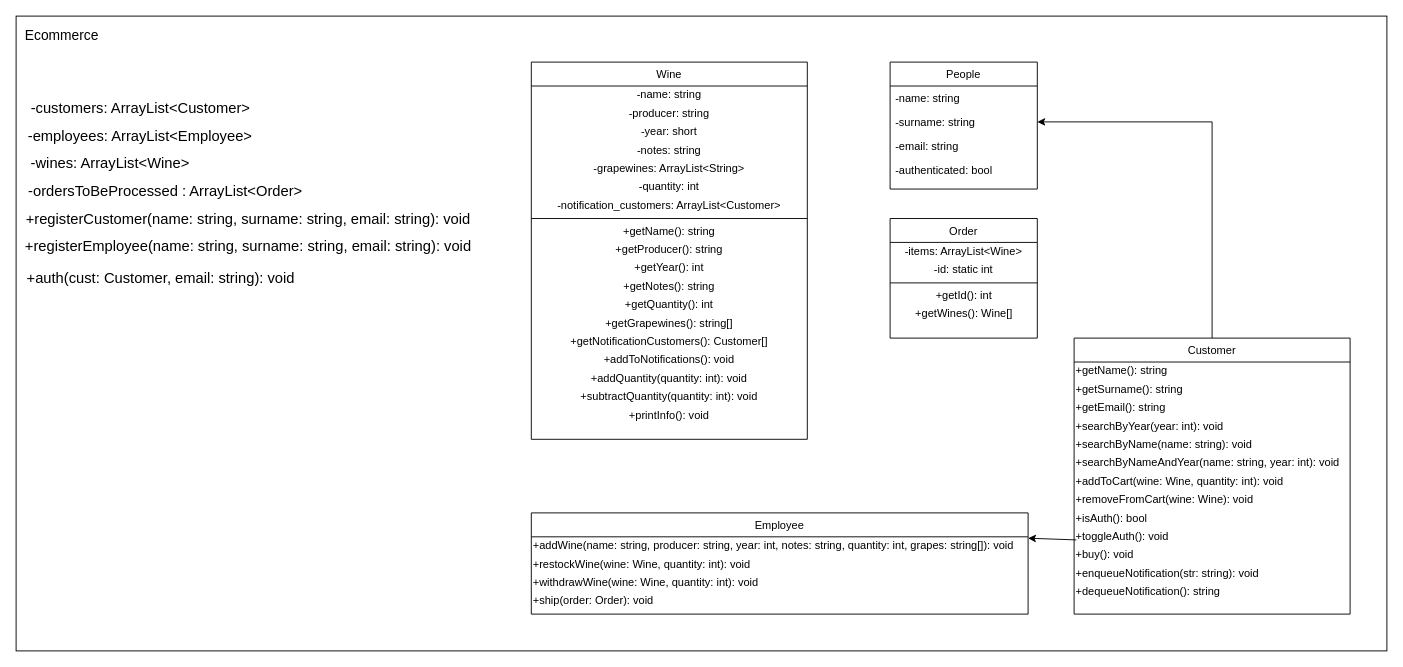
Above: UML/Class_diagram.drawio in Sclafus/Wine-Ecommerce (draw.io), before the change. Source tidied: cells renumbered, new cells numbered last; positions are measured from the earlier drawing's top-left corner, leaving out a move shared by most shapes. Both pictures are drawn from the tidied source at 92%, with x=0, y=0 at pixel (16, 16).
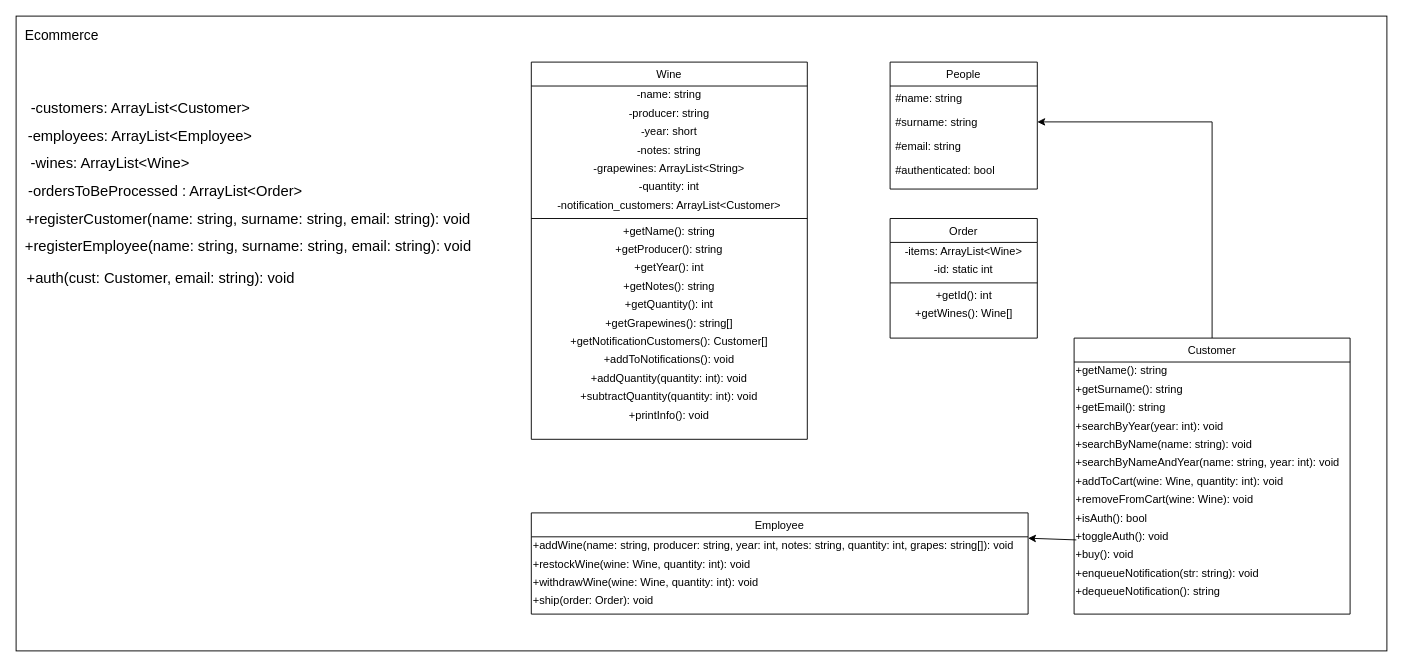
Above is the later version.

Commit message (it also covers changes not shown here):
fixed uml class diagram protected attributes

The change refers to these unchanged cells:
```xml
<mxCell id="44" value="People" style="swimlane;fontStyle=0;align=center;verticalAlign=top;horizontal=1;startSize=26;rounded=0;shadow=0;strokeWidth=1;" parent="1" vertex="1">
  <mxGeometry x="950" y="50" width="160" height="138" as="geometry" />
</mxCell>
```

The edit, as a diff of the source:
```diff
@@
-    <mxCell id="45" value="-name: string" style="text;align=left;verticalAlign=top;spacingLeft=4;spacingRight=4;overflow=hidden;" parent="44" vertex="1">
+    <mxCell id="45" value="#name: string" style="text;align=left;verticalAlign=top;spacingLeft=4;spacingRight=4;overflow=hidden;" parent="44" vertex="1">
       <mxGeometry y="26" width="160" height="26" as="geometry" />
     </mxCell>
-    <mxCell id="46" value="-surname: string" style="text;align=left;verticalAlign=top;spacingLeft=4;spacingRight=4;overflow=hidden;points=[[0,0.5],[1,0.5]];portConstraint=eastwest;rounded=0;shadow=0;html=0;" parent="44" vertex="1">
+    <mxCell id="46" value="#surname: string" style="text;align=left;verticalAlign=top;spacingLeft=4;spacingRight=4;overflow=hidden;points=[[0,0.5],[1,0.5]];portConstraint=eastwest;rounded=0;shadow=0;html=0;" parent="44" vertex="1">
       <mxGeometry y="52" width="160" height="26" as="geometry" />
     </mxCell>
-    <mxCell id="47" value="-email: string" style="text;align=left;verticalAlign=top;spacingLeft=4;spacingRight=4;overflow=hidden;rounded=0;shadow=0;html=0;" parent="44" vertex="1">
+    <mxCell id="47" value="#email: string" style="text;align=left;verticalAlign=top;spacingLeft=4;spacingRight=4;overflow=hidden;rounded=0;shadow=0;html=0;" parent="44" vertex="1">
       <mxGeometry y="78" width="160" height="26" as="geometry" />
     </mxCell>
-    <mxCell id="48" value="-authenticated: bool" style="text;align=left;verticalAlign=top;spacingLeft=4;spacingRight=4;overflow=hidden;rounded=0;shadow=0;html=0;" parent="44" vertex="1">
+    <mxCell id="48" value="#authenticated: bool" style="text;align=left;verticalAlign=top;spacingLeft=4;spacingRight=4;overflow=hidden;rounded=0;shadow=0;html=0;" parent="44" vertex="1">
       <mxGeometry y="104" width="160" height="26" as="geometry" />
     </mxCell>
```
